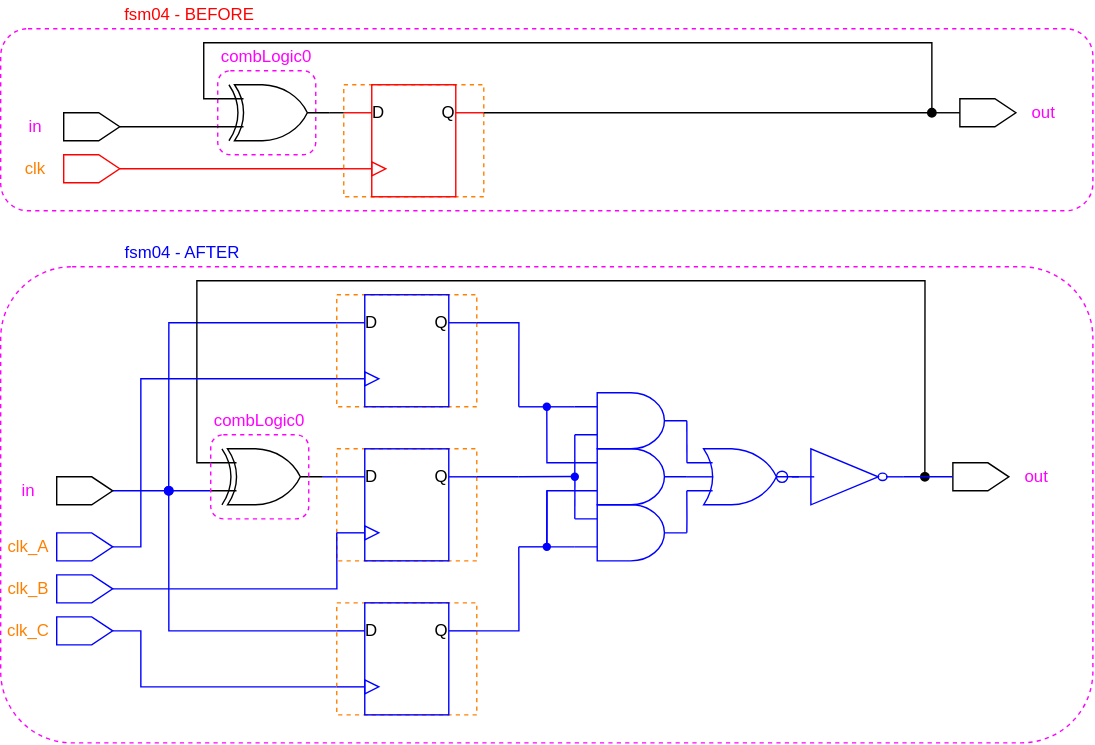
This is figures/light-mode/user_guide_examples/fsm/fsm04_triplicating_the_register_and_clock_skew.drawio.svg from AlbertHansen/TripleModularRedundancyTool_developer_guide, a draw.io export, as it was before one commit. Source tidied: cells renumbered, new cells last; positions are measured from the earlier drawing's top-left corner, leaving out a move shared by most shapes.
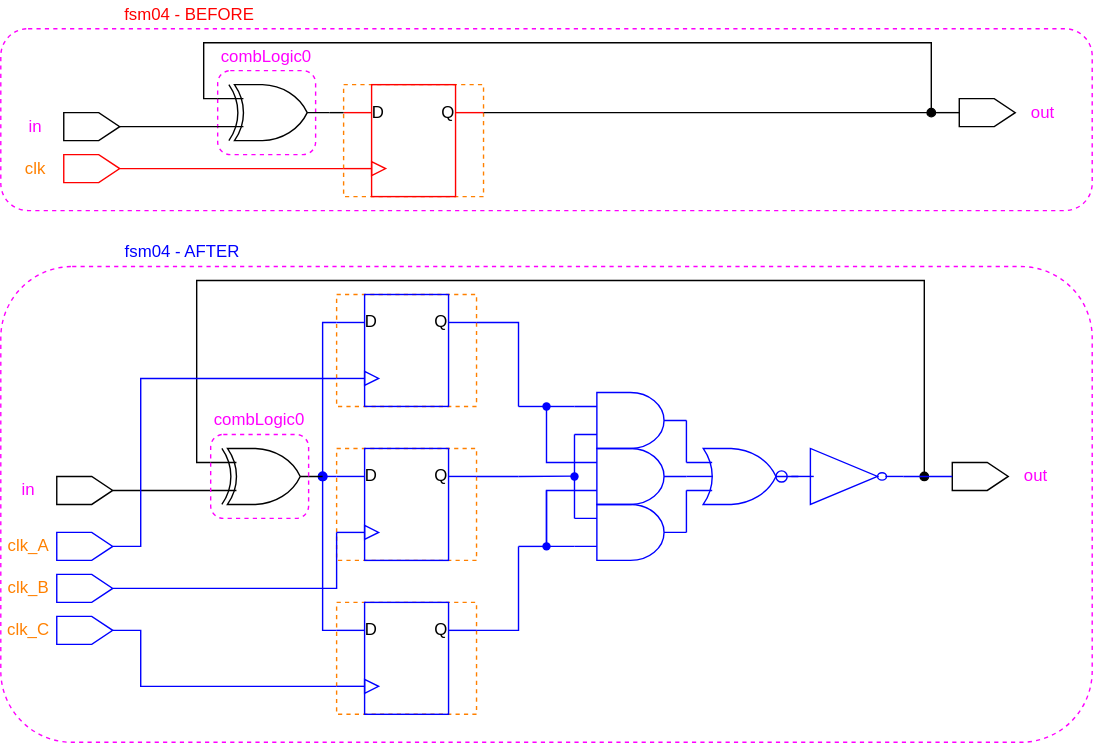
The same diagram one commit later.

Change to the diagram source:
```diff
@@ -156,24 +156,22 @@
     <mxCell id="41" value="Q" style="text;html=1;strokeColor=none;fillColor=none;align=center;verticalAlign=middle;whiteSpace=wrap;rounded=0;" parent="34" vertex="1">
       <mxGeometry x="70" y="15" width="10" height="10" as="geometry" />
     </mxCell>
-    <mxCell id="42" style="edgeStyle=orthogonalEdgeStyle;rounded=0;html=1;exitX=0.5;exitY=1;exitDx=0;exitDy=0;entryX=0;entryY=0.75;entryDx=0;entryDy=0;entryPerimeter=0;endArrow=none;endFill=0;strokeColor=#0000FF;" parent="1" edge="1" source="45" target="48">
+    <mxCell id="42" style="edgeStyle=orthogonalEdgeStyle;rounded=0;html=1;exitX=0.5;exitY=1;exitDx=0;exitDy=0;entryX=0;entryY=0.75;entryDx=0;entryDy=0;entryPerimeter=0;endArrow=none;endFill=0;strokeColor=#000000;" parent="1" edge="1" source="45" target="48">
       <mxGeometry relative="1" as="geometry" />
     </mxCell>
-    <mxCell id="43" style="edgeStyle=orthogonalEdgeStyle;rounded=0;html=1;fontColor=#0000FF;endArrow=none;endFill=0;startArrow=oval;startFill=1;strokeColor=#0000FF;" parent="1" edge="1">
+    <mxCell id="43" style="edgeStyle=orthogonalEdgeStyle;rounded=0;html=1;fontColor=#0000FF;endArrow=none;endFill=0;startArrow=oval;startFill=1;strokeColor=#0000FF;exitX=1;exitY=0.5;exitDx=0;exitDy=0;exitPerimeter=0;" parent="1" edge="1" source="48">
       <mxGeometry relative="1" as="geometry">
-        <mxPoint x="120" y="350" as="sourcePoint" />
         <mxPoint x="240" y="230" as="targetPoint" />
         <Array as="points">
-          <mxPoint x="120" y="230" />
+          <mxPoint x="230" y="230" />
         </Array>
       </mxGeometry>
     </mxCell>
-    <mxCell id="44" style="edgeStyle=orthogonalEdgeStyle;rounded=0;html=1;fontColor=#0000FF;endArrow=none;endFill=0;startArrow=oval;startFill=1;strokeColor=#0000FF;" parent="1" edge="1">
+    <mxCell id="44" style="edgeStyle=orthogonalEdgeStyle;rounded=0;html=1;fontColor=#0000FF;endArrow=none;endFill=0;startArrow=oval;startFill=1;strokeColor=#0000FF;exitX=1;exitY=0.5;exitDx=0;exitDy=0;exitPerimeter=0;" parent="1" edge="1" source="48">
       <mxGeometry relative="1" as="geometry">
-        <mxPoint x="120" y="350" as="sourcePoint" />
         <mxPoint x="240" y="450" as="targetPoint" />
         <Array as="points">
-          <mxPoint x="120" y="450" />
+          <mxPoint x="230" y="450" />
         </Array>
       </mxGeometry>
     </mxCell>
```
